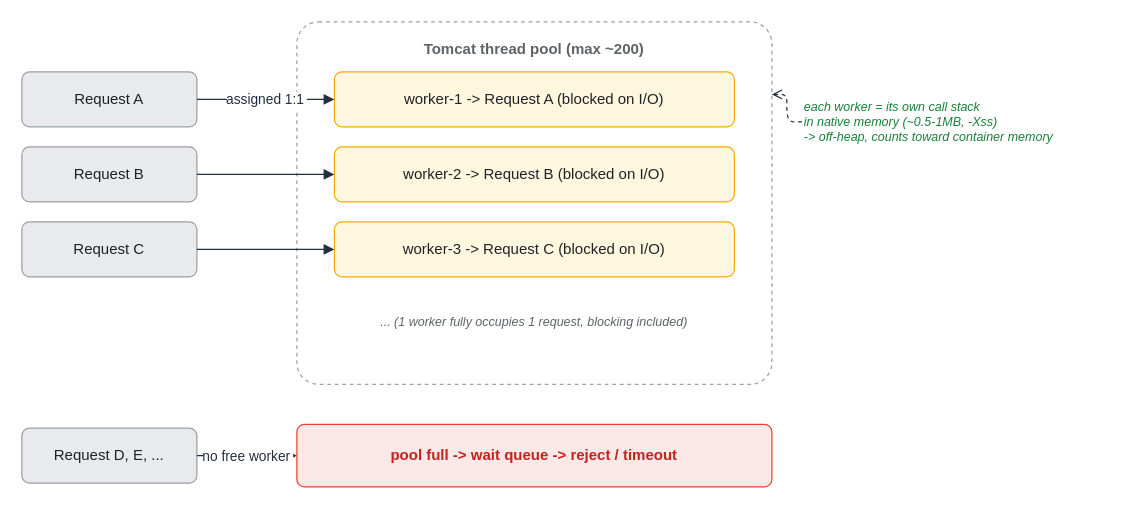
KKamJi98/kkamji98.github.io keeps this draw.io diagram as assets/img/spring/spring-06-thread-per-request.drawio. Above is the earlier version. Source tidied: cells renumbered, new cells numbered last; positions are measured from the earlier drawing's top-left corner, leaving out a move shared by most shapes. Both pictures are drawn from the tidied source at 125%, with x=0, y=0 at pixel (21, 21).
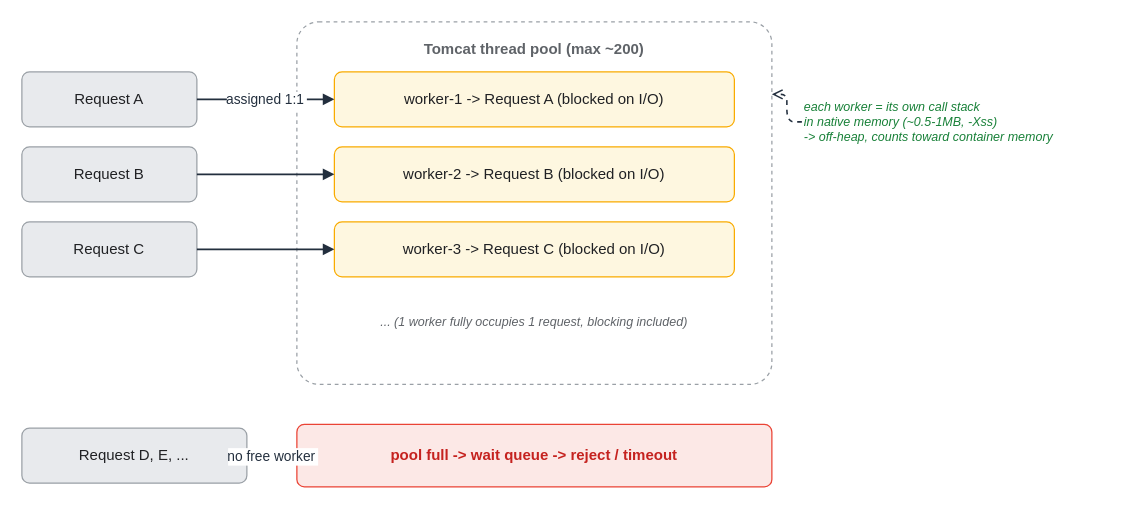
Above is the later version.

Change to the diagram source:
```diff
@@
 <mxGraphModel background="#FFFFFF">
   <root>
     <mxCell id="0" />
     <mxCell id="1" parent="0" />
-    <mxCell id="2" value="Tomcat thread pool (max ~200)" style="rounded=1;whiteSpace=wrap;html=1;arcSize=6;shadow=0;fillColor=#FFFFFF;strokeColor=#9AA0A6;fontColor=#5F6368;fontStyle=1;verticalAlign=top;align=center;dashed=1;spacingTop=8;" parent="1" vertex="1">
+    <mxCell id="2" value="Tomcat thread pool (max ~200)" style="rounded=1;whiteSpace=wrap;html=0;arcSize=6;shadow=0;fillColor=#FFFFFF;strokeColor=#9AA0A6;fontColor=#5F6368;fontStyle=1;verticalAlign=top;align=center;dashed=1;spacingTop=8;" parent="1" vertex="1">
       <mxGeometry x="220" width="380" height="290" as="geometry" />
     </mxCell>
-    <mxCell id="3" value="Request A" style="rounded=1;whiteSpace=wrap;html=1;arcSize=14;shadow=0;fillColor=#E8EAED;strokeColor=#9AA0A6;fontColor=#202124;" parent="1" vertex="1">
+    <mxCell id="3" value="Request A" style="rounded=1;whiteSpace=wrap;html=0;arcSize=14;shadow=0;fillColor=#E8EAED;strokeColor=#9AA0A6;fontColor=#202124;" parent="1" vertex="1">
       <mxGeometry y="40" width="140" height="44" as="geometry" />
     </mxCell>
-    <mxCell id="4" value="Request B" style="rounded=1;whiteSpace=wrap;html=1;arcSize=14;shadow=0;fillColor=#E8EAED;strokeColor=#9AA0A6;fontColor=#202124;" parent="1" vertex="1">
+    <mxCell id="4" value="Request B" style="rounded=1;whiteSpace=wrap;html=0;arcSize=14;shadow=0;fillColor=#E8EAED;strokeColor=#9AA0A6;fontColor=#202124;" parent="1" vertex="1">
       <mxGeometry y="100" width="140" height="44" as="geometry" />
     </mxCell>
-    <mxCell id="5" value="Request C" style="rounded=1;whiteSpace=wrap;html=1;arcSize=14;shadow=0;fillColor=#E8EAED;strokeColor=#9AA0A6;fontColor=#202124;" parent="1" vertex="1">
+    <mxCell id="5" value="Request C" style="rounded=1;whiteSpace=wrap;html=0;arcSize=14;shadow=0;fillColor=#E8EAED;strokeColor=#9AA0A6;fontColor=#202124;" parent="1" vertex="1">
       <mxGeometry y="160" width="140" height="44" as="geometry" />
     </mxCell>
-    <mxCell id="6" value="Request D, E, ..." style="rounded=1;whiteSpace=wrap;html=1;arcSize=14;shadow=0;fillColor=#E8EAED;strokeColor=#9AA0A6;fontColor=#202124;" parent="1" vertex="1">
-      <mxGeometry y="325" width="140" height="44" as="geometry" />
+    <mxCell id="6" value="Request D, E, ..." style="rounded=1;whiteSpace=wrap;html=0;arcSize=14;shadow=0;fillColor=#E8EAED;strokeColor=#9AA0A6;fontColor=#202124;" parent="1" vertex="1">
+      <mxGeometry y="325" width="180" height="44" as="geometry" />
     </mxCell>
-    <mxCell id="7" value="worker-1  -&gt;  Request A  (blocked on I/O)" style="rounded=1;whiteSpace=wrap;html=1;arcSize=14;shadow=0;fillColor=#FEF7E0;strokeColor=#F9AB00;fontColor=#202124;" parent="1" vertex="1">
+    <mxCell id="7" value="worker-1  -&gt;  Request A  (blocked on I/O)" style="rounded=1;whiteSpace=wrap;html=0;arcSize=14;shadow=0;fillColor=#FEF7E0;strokeColor=#F9AB00;fontColor=#202124;" parent="1" vertex="1">
       <mxGeometry x="250" y="40" width="320" height="44" as="geometry" />
     </mxCell>
-    <mxCell id="8" value="worker-2  -&gt;  Request B  (blocked on I/O)" style="rounded=1;whiteSpace=wrap;html=1;arcSize=14;shadow=0;fillColor=#FEF7E0;strokeColor=#F9AB00;fontColor=#202124;" parent="1" vertex="1">
+    <mxCell id="8" value="worker-2  -&gt;  Request B  (blocked on I/O)" style="rounded=1;whiteSpace=wrap;html=0;arcSize=14;shadow=0;fillColor=#FEF7E0;strokeColor=#F9AB00;fontColor=#202124;" parent="1" vertex="1">
       <mxGeometry x="250" y="100" width="320" height="44" as="geometry" />
     </mxCell>
-    <mxCell id="9" value="worker-3  -&gt;  Request C  (blocked on I/O)" style="rounded=1;whiteSpace=wrap;html=1;arcSize=14;shadow=0;fillColor=#FEF7E0;strokeColor=#F9AB00;fontColor=#202124;" parent="1" vertex="1">
+    <mxCell id="9" value="worker-3  -&gt;  Request C  (blocked on I/O)" style="rounded=1;whiteSpace=wrap;html=0;arcSize=14;shadow=0;fillColor=#FEF7E0;strokeColor=#F9AB00;fontColor=#202124;" parent="1" vertex="1">
       <mxGeometry x="250" y="160" width="320" height="44" as="geometry" />
     </mxCell>
-    <mxCell id="10" value="...  (1 worker fully occupies 1 request, blocking included)" style="text;html=1;align=center;verticalAlign=middle;whiteSpace=wrap;fontSize=10;fontColor=#5F6368;fontStyle=2;" parent="1" vertex="1">
+    <mxCell id="10" value="...  (1 worker fully occupies 1 request, blocking included)" style="text;html=0;align=center;verticalAlign=middle;whiteSpace=wrap;fontSize=10;fontColor=#5F6368;fontStyle=2;" parent="1" vertex="1">
       <mxGeometry x="250" y="220" width="320" height="40" as="geometry" />
     </mxCell>
-    <mxCell id="11" value="pool full -&gt; wait queue -&gt; reject / timeout" style="rounded=1;whiteSpace=wrap;html=1;arcSize=12;shadow=0;fillColor=#FCE8E6;strokeColor=#EA4335;fontColor=#C5221F;fontStyle=1;" parent="1" vertex="1">
+    <mxCell id="11" value="pool full -&gt; wait queue -&gt; reject / timeout" style="rounded=1;whiteSpace=wrap;html=0;arcSize=12;shadow=0;fillColor=#FCE8E6;strokeColor=#EA4335;fontColor=#C5221F;fontStyle=1;" parent="1" vertex="1">
       <mxGeometry x="220" y="322" width="380" height="50" as="geometry" />
     </mxCell>
-    <mxCell id="12" value="each worker = its own call stack&#10;in native memory (~0.5-1MB, -Xss)&#10;-&gt; off-heap, counts toward container memory" style="text;html=1;align=left;verticalAlign=middle;whiteSpace=wrap;fontSize=10;fontColor=#188038;fontStyle=2;" parent="1" vertex="1">
+    <mxCell id="12" value="each worker = its own call stack&#10;in native memory (~0.5-1MB, -Xss)&#10;-&gt; off-heap, counts toward container memory" style="text;html=0;align=left;verticalAlign=middle;whiteSpace=wrap;fontSize=10;fontColor=#188038;fontStyle=2;" parent="1" vertex="1">
       <mxGeometry x="624" y="40" width="240" height="80" as="geometry" />
     </mxCell>
-    <mxCell id="13" value="assigned 1:1" style="edgeStyle=orthogonalEdgeStyle;rounded=1;html=0;fontColor=#232F3E;strokeColor=#232F3E;labelBackgroundColor=#FFFFFF;endArrow=block;exitX=1;exitY=0.5;exitDx=0;exitDy=0;entryX=0;entryY=0.5;entryDx=0;entryDy=0;" parent="1" edge="1" source="3" target="7">
+    <mxCell id="13" value="assigned 1:1" style="edgeStyle=orthogonalEdgeStyle;rounded=1;html=0;fontColor=#232F3E;strokeColor=#232F3E;labelBackgroundColor=#FFFFFF;endArrow=block;exitX=1;exitY=0.5;exitDx=0;exitDy=0;entryX=0;entryY=0.5;entryDx=0;entryDy=0;strokeWidth=1.25;" parent="1" edge="1" source="3" target="7">
       <mxGeometry relative="1" as="geometry" />
     </mxCell>
-    <mxCell id="14" style="edgeStyle=orthogonalEdgeStyle;rounded=1;html=1;fontColor=#232F3E;strokeColor=#232F3E;labelBackgroundColor=none;endArrow=block;exitX=1;exitY=0.5;exitDx=0;exitDy=0;entryX=0;entryY=0.5;entryDx=0;entryDy=0;" parent="1" edge="1" source="4" target="8">
+    <mxCell id="14" style="edgeStyle=orthogonalEdgeStyle;rounded=1;html=0;fontColor=#232F3E;strokeColor=#232F3E;labelBackgroundColor=none;endArrow=block;exitX=1;exitY=0.5;exitDx=0;exitDy=0;entryX=0;entryY=0.5;entryDx=0;entryDy=0;strokeWidth=1.25;" parent="1" edge="1" source="4" target="8">
       <mxGeometry relative="1" as="geometry" />
     </mxCell>
-    <mxCell id="15" style="edgeStyle=orthogonalEdgeStyle;rounded=1;html=1;fontColor=#232F3E;strokeColor=#232F3E;labelBackgroundColor=none;endArrow=block;exitX=1;exitY=0.5;exitDx=0;exitDy=0;entryX=0;entryY=0.5;entryDx=0;entryDy=0;" parent="1" edge="1" source="5" target="9">
+    <mxCell id="15" style="edgeStyle=orthogonalEdgeStyle;rounded=1;html=0;fontColor=#232F3E;strokeColor=#232F3E;labelBackgroundColor=none;endArrow=block;exitX=1;exitY=0.5;exitDx=0;exitDy=0;entryX=0;entryY=0.5;entryDx=0;entryDy=0;strokeWidth=1.25;" parent="1" edge="1" source="5" target="9">
       <mxGeometry relative="1" as="geometry" />
     </mxCell>
-    <mxCell id="16" value="no free worker" style="edgeStyle=orthogonalEdgeStyle;rounded=1;html=0;fontColor=#232F3E;strokeColor=#232F3E;labelBackgroundColor=#FFFFFF;endArrow=block;exitX=1;exitY=0.5;exitDx=0;exitDy=0;entryX=0;entryY=0.5;entryDx=0;entryDy=0;" parent="1" edge="1" source="6" target="11">
+    <mxCell id="16" value="no free worker" style="edgeStyle=orthogonalEdgeStyle;rounded=1;html=0;fontColor=#232F3E;strokeColor=#232F3E;labelBackgroundColor=#FFFFFF;endArrow=block;exitX=1;exitY=0.5;exitDx=0;exitDy=0;entryX=0;entryY=0.5;entryDx=0;entryDy=0;strokeWidth=1.25;" parent="1" edge="1" source="6" target="11">
       <mxGeometry relative="1" as="geometry" />
     </mxCell>
-    <mxCell id="17" style="edgeStyle=orthogonalEdgeStyle;rounded=1;html=1;dashed=1;strokeColor=#232F3E;fontColor=#232F3E;labelBackgroundColor=none;endArrow=open;endSize=6;exitX=0;exitY=0.5;exitDx=0;exitDy=0;entryX=1;entryY=0.2;entryDx=0;entryDy=0;" parent="1" edge="1" source="12" target="2">
+    <mxCell id="17" style="edgeStyle=orthogonalEdgeStyle;rounded=1;html=0;dashed=1;strokeColor=#232F3E;fontColor=#232F3E;labelBackgroundColor=none;endArrow=open;endSize=6;exitX=0;exitY=0.5;exitDx=0;exitDy=0;entryX=1;entryY=0.2;entryDx=0;entryDy=0;strokeWidth=1.25;" parent="1" edge="1" source="12" target="2">
       <mxGeometry relative="1" as="geometry" />
     </mxCell>
   </root>
 </mxGraphModel>
```
